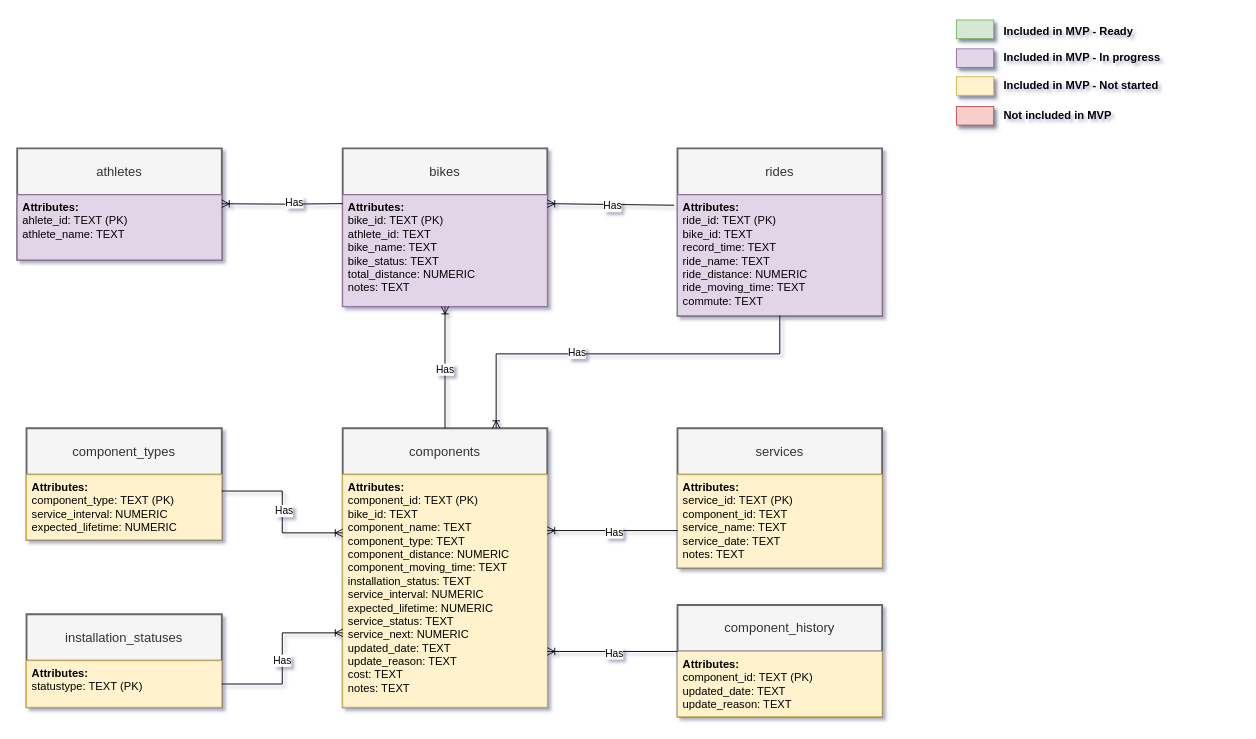
This is page "ER diagram" (2 of 4) of docs/all_diagrams.drawio from xivind/velo-supervisor-2000, a draw.io file, before an edit. Source tidied: cells renumbered, new cells numbered last; positions are measured from the earlier drawing's top-left corner, leaving out a move shared by most shapes. Both pictures are drawn from the tidied source at 93%, with x=0, y=0 at pixel (17, 18).
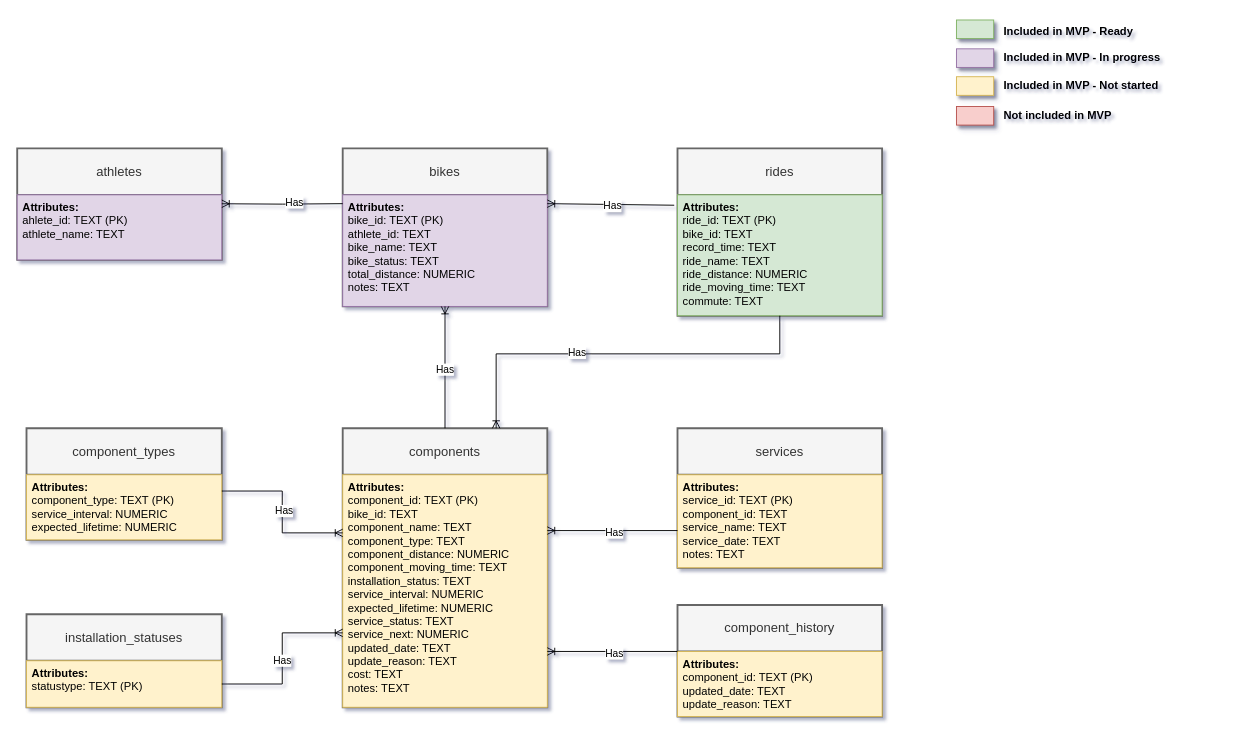
Above is the later version.

Commit message:
Updated status ER diagram

The change refers to these unchanged cells:
```xml
<mxCell id="4" value="rides" style="swimlane;horizontal=1;startSize=50;rounded=0;fontSize=14;fontStyle=0;strokeWidth=2;shadow=0;dashed=0;align=center;arcSize=0;whiteSpace=wrap;html=1;fillColor=#f5f5f5;fontColor=#333333;strokeColor=#666666;" parent="1" vertex="1">
  <mxGeometry x="710" y="140" width="220" height="180" as="geometry" />
</mxCell>
```

Diff of the diagram source:
```diff
@@
-    <mxCell id="5" value="&lt;div&gt;&lt;b&gt;Attributes:&lt;/b&gt;&lt;br&gt;&lt;/div&gt;ride_id: TEXT&amp;nbsp;(PK)&lt;div&gt;bike_id&lt;span style=&quot;background-color: initial;&quot;&gt;: TEXT&lt;/span&gt;&lt;/div&gt;&lt;div&gt;&lt;span style=&quot;background-color: initial;&quot;&gt;record_time&lt;/span&gt;&lt;span style=&quot;background-color: initial;&quot;&gt;: TEXT&lt;/span&gt;&lt;br&gt;&lt;/div&gt;&lt;div&gt;ride_name&lt;span style=&quot;background-color: initial;&quot;&gt;: TEXT&lt;/span&gt;&lt;/div&gt;&lt;div&gt;&lt;span style=&quot;background-color: initial;&quot;&gt;ride_distance&lt;/span&gt;&lt;span style=&quot;background-color: initial;&quot;&gt;: NUMERIC&lt;/span&gt;&lt;br&gt;&lt;/div&gt;&lt;div&gt;ride_moving_time&lt;span style=&quot;background-color: initial;&quot;&gt;: TEXT&lt;/span&gt;&lt;br&gt;&lt;/div&gt;&lt;div&gt;&lt;span style=&quot;background-color: initial;&quot;&gt;commute: TEXT&lt;/span&gt;&lt;/div&gt;" style="align=left;spacingLeft=4;fontSize=12;verticalAlign=top;html=1;rounded=0;fillColor=#e1d5e7;strokeColor=#9673a6;" parent="4" vertex="1">
+    <mxCell id="5" value="&lt;div&gt;&lt;b&gt;Attributes:&lt;/b&gt;&lt;br&gt;&lt;/div&gt;ride_id: TEXT&amp;nbsp;(PK)&lt;div&gt;bike_id&lt;span style=&quot;background-color: initial;&quot;&gt;: TEXT&lt;/span&gt;&lt;/div&gt;&lt;div&gt;&lt;span style=&quot;background-color: initial;&quot;&gt;record_time&lt;/span&gt;&lt;span style=&quot;background-color: initial;&quot;&gt;: TEXT&lt;/span&gt;&lt;br&gt;&lt;/div&gt;&lt;div&gt;ride_name&lt;span style=&quot;background-color: initial;&quot;&gt;: TEXT&lt;/span&gt;&lt;/div&gt;&lt;div&gt;&lt;span style=&quot;background-color: initial;&quot;&gt;ride_distance&lt;/span&gt;&lt;span style=&quot;background-color: initial;&quot;&gt;: NUMERIC&lt;/span&gt;&lt;br&gt;&lt;/div&gt;&lt;div&gt;ride_moving_time&lt;span style=&quot;background-color: initial;&quot;&gt;: TEXT&lt;/span&gt;&lt;br&gt;&lt;/div&gt;&lt;div&gt;&lt;span style=&quot;background-color: initial;&quot;&gt;commute: TEXT&lt;/span&gt;&lt;/div&gt;" style="align=left;spacingLeft=4;fontSize=12;verticalAlign=top;html=1;rounded=0;fillColor=#d5e8d4;strokeColor=#82b366;" parent="4" vertex="1">
       <mxGeometry y="50" width="220" height="130" as="geometry" />
     </mxCell>
```
